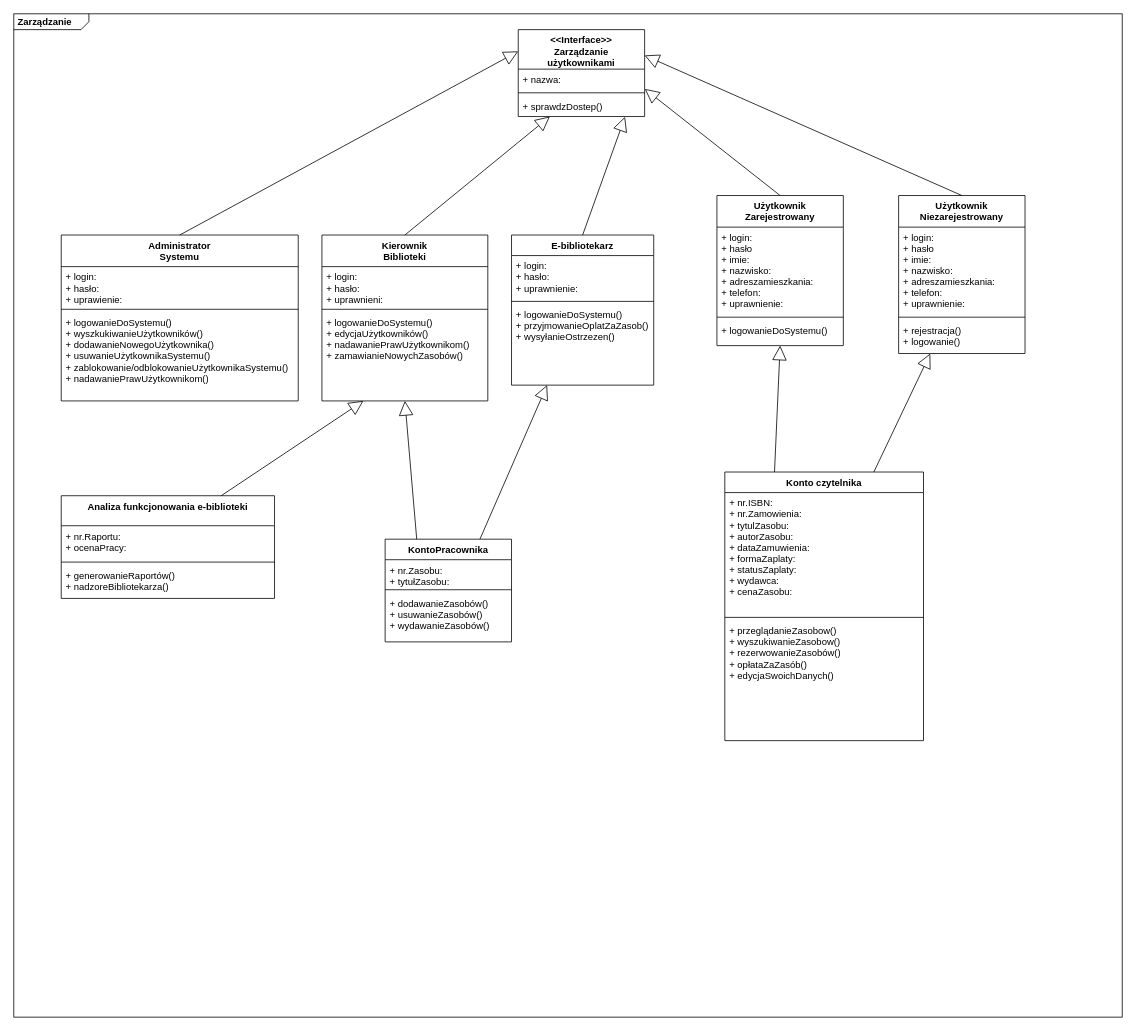
This is Untitled Diagram.drawio from deerkoo/folder, a draw.io file, before an edit. Source tidied: cells renumbered, new cells numbered last; positions are measured from the earlier drawing's top-left corner, leaving out a move shared by most shapes. Both pictures are drawn from the tidied source at 79%, with x=0, y=0 at pixel (13, 13).
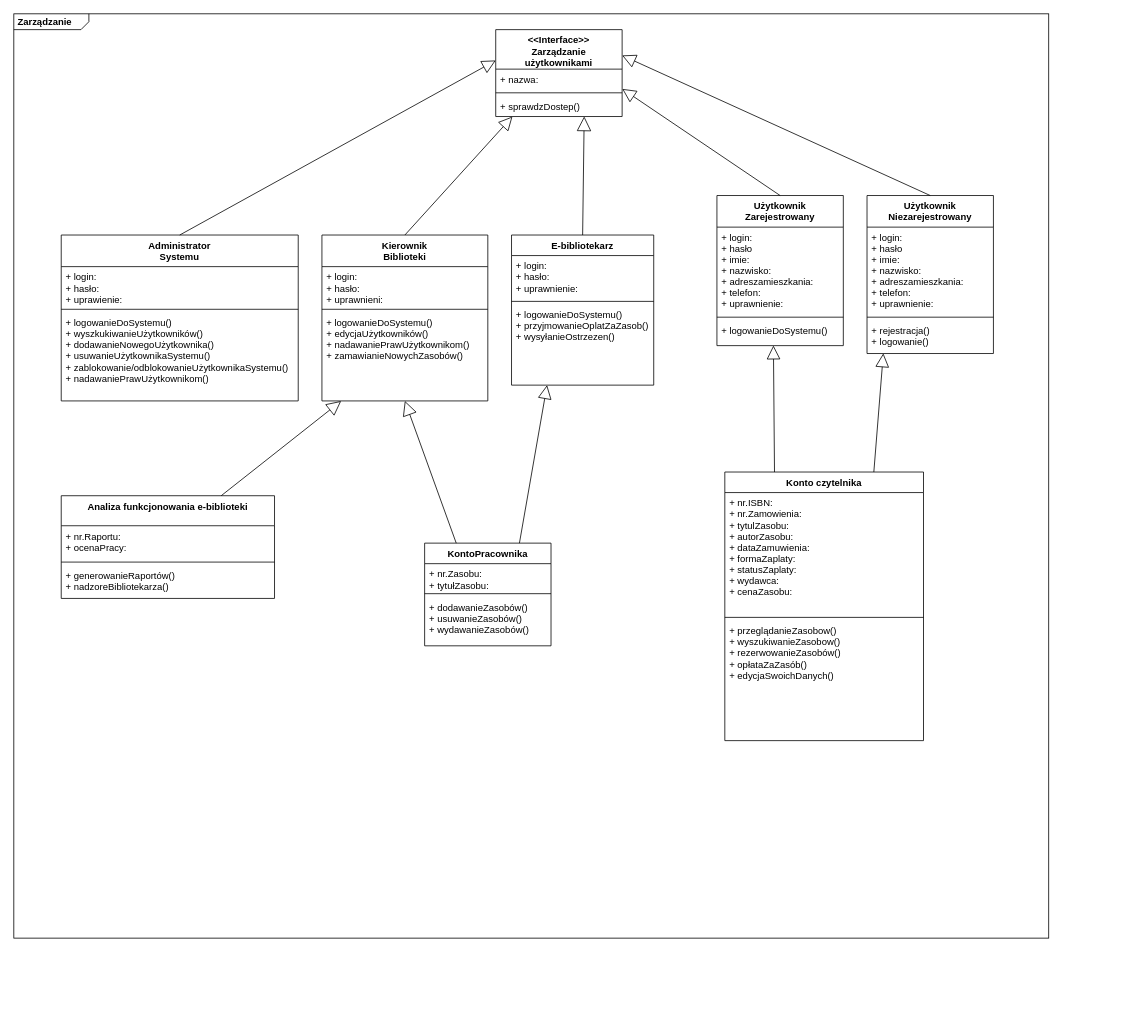
After the change.

Unchanged cells that the change refers to:
```xml
<mxCell id="4" value="+ nazwa:" style="text;strokeColor=none;fillColor=none;align=left;verticalAlign=top;spacingLeft=4;spacingRight=4;overflow=hidden;points=[[0,0.5],[1,0.5]];portConstraint=eastwest;" parent="3" vertex="1">
  <mxGeometry y="50" width="160" height="26" as="geometry" />
</mxCell>
<mxCell id="6" value="+ sprawdzDostep()" style="text;strokeColor=none;fillColor=none;align=left;verticalAlign=top;spacingLeft=4;spacingRight=4;overflow=hidden;points=[[0,0.5],[1,0.5]];portConstraint=eastwest;" parent="3" vertex="1">
  <mxGeometry y="84" width="160" height="26" as="geometry" />
</mxCell>
<mxCell id="7" value="Administrator&#10;Systemu" style="swimlane;fontStyle=1;align=center;verticalAlign=top;horizontal=1;startSize=40;" parent="1" vertex="1">
  <mxGeometry x="60" y="280" width="300" height="210" as="geometry" />
</mxCell>
<mxCell id="11" value="E-bibliotekarz" style="swimlane;fontStyle=1;align=center;verticalAlign=top;horizontal=1;startSize=26;" parent="1" vertex="1">
  <mxGeometry x="630" y="280" width="180" height="190" as="geometry" />
</mxCell>
<mxCell id="15" value="Użytkownik&#10;Zarejestrowany" style="swimlane;fontStyle=1;align=center;verticalAlign=top;horizontal=1;startSize=40;" parent="1" vertex="1">
  <mxGeometry x="890" y="230" width="160" height="190" as="geometry" />
</mxCell>
<mxCell id="18" value="+ logowanieDoSystemu()" style="text;strokeColor=none;fillColor=none;align=left;verticalAlign=top;spacingLeft=4;spacingRight=4;overflow=hidden;points=[[0,0.5],[1,0.5]];portConstraint=eastwest;" parent="15" vertex="1">
  <mxGeometry y="158" width="160" height="32" as="geometry" />
</mxCell>
<mxCell id="22" value="+ rejestracja()&#10;+ logowanie()" style="text;strokeColor=none;fillColor=none;align=left;verticalAlign=top;spacingLeft=4;spacingRight=4;overflow=hidden;points=[[0,0.5],[1,0.5]];portConstraint=eastwest;" parent="19" vertex="1">
  <mxGeometry y="158" width="160" height="42" as="geometry" />
</mxCell>
<mxCell id="23" value="Kierownik&#10;Biblioteki" style="swimlane;fontStyle=1;align=center;verticalAlign=top;horizontal=1;startSize=40;" parent="1" vertex="1">
  <mxGeometry x="390" y="280" width="210" height="210" as="geometry" />
</mxCell>
<mxCell id="26" value="+ logowanieDoSystemu()&#10;+ edycjaUżytkowników()&#10;+ nadawaniePrawUżytkownikom()&#10;+ zamawianieNowychZasobów()&#10;" style="text;strokeColor=none;fillColor=none;align=left;verticalAlign=top;spacingLeft=4;spacingRight=4;overflow=hidden;points=[[0,0.5],[1,0.5]];portConstraint=eastwest;" parent="23" vertex="1">
  <mxGeometry y="98" width="210" height="112" as="geometry" />
</mxCell>
<mxCell id="27" value="Analiza funkcjonowania e-biblioteki" style="swimlane;fontStyle=1;align=center;verticalAlign=top;horizontal=1;startSize=38;" parent="1" vertex="1">
  <mxGeometry x="60" y="610" width="270" height="130" as="geometry" />
</mxCell>
<mxCell id="35" value="Konto czytelnika" style="swimlane;fontStyle=1;align=center;verticalAlign=top;horizontal=1;startSize=26;" parent="1" vertex="1">
  <mxGeometry x="900" y="580" width="251.5" height="340" as="geometry" />
</mxCell>
```

Diff of the diagram source:
```diff
@@
     <mxCell id="2" value="&lt;p style=&quot;margin: 0px ; margin-top: 4px ; margin-left: 5px ; text-align: left&quot;&gt;&lt;b&gt;Zarządzanie&lt;/b&gt;&lt;/p&gt;" style="html=1;shape=mxgraph.sysml.package;overflow=fill;labelX=95;align=left;spacingLeft=5;verticalAlign=top;spacingTop=-3;" parent="1" vertex="1">
-      <mxGeometry width="1403" height="1270" as="geometry" />
+      <mxGeometry width="1310" height="1170" as="geometry" />
     </mxCell>
     <mxCell id="3" value="&lt;&lt;Interface&gt;&gt;&#10;Zarządzanie&#10;użytkownikami" style="swimlane;fontStyle=1;align=center;verticalAlign=top;horizontal=1;startSize=50;" parent="1" vertex="1">
-      <mxGeometry x="638.5" y="20" width="160" height="110" as="geometry" />
+      <mxGeometry x="610" y="20" width="160" height="110" as="geometry" />
     </mxCell>
@@
     <mxCell id="19" value="Użytkownik&#10;Niezarejestrowany" style="swimlane;fontStyle=1;align=center;verticalAlign=top;horizontal=1;startSize=40;" parent="1" vertex="1">
-      <mxGeometry x="1120" y="230" width="160" height="200" as="geometry" />
+      <mxGeometry x="1080" y="230" width="160" height="200" as="geometry" />
     </mxCell>
@@
     <mxCell id="31" value="KontoPracownika" style="swimlane;fontStyle=1;align=center;verticalAlign=top;horizontal=1;startSize=26;" parent="1" vertex="1">
-      <mxGeometry x="470" y="665" width="160" height="130" as="geometry" />
+      <mxGeometry x="520" y="670" width="160" height="130" as="geometry" />
     </mxCell>
@@
-    <mxCell id="40" style="endArrow=block;endSize=16;endFill=0;html=1;exitX=0.75;exitY=0;exitDx=0;exitDy=0;entryX=0.25;entryY=1;entryDx=0;entryDy=0;" parent="1" edge="1" source="27" target="23">
+    <mxCell id="40" style="endArrow=block;endSize=16;endFill=0;html=1;exitX=0.75;exitY=0;exitDx=0;exitDy=0;entryX=0.116;entryY=1.001;entryDx=0;entryDy=0;entryPerimeter=0;" parent="1" edge="1" source="27" target="26">
       <mxGeometry relative="1" as="geometry" />
     </mxCell>
-    <mxCell id="41" style="endArrow=block;endSize=16;endFill=0;html=1;exitX=0.75;exitY=0;exitDx=0;exitDy=0;entryX=0.25;entryY=1;entryDx=0;entryDy=0;" parent="1" edge="1" source="31" target="11">
+    <mxCell id="41" style="endArrow=block;endSize=15;endFill=0;html=1;exitX=0.75;exitY=0;exitDx=0;exitDy=0;entryX=0.25;entryY=1;entryDx=0;entryDy=0;startSize=5;" parent="1" edge="1" source="31" target="11">
       <mxGeometry relative="1" as="geometry" />
     </mxCell>
-    <mxCell id="42" style="endArrow=block;endSize=16;endFill=0;html=1;entryX=0.5;entryY=1;entryDx=0;entryDy=0;exitX=0.25;exitY=0;exitDx=0;exitDy=0;" parent="1" edge="1" source="35" target="15">
+    <mxCell id="42" style="endArrow=block;endSize=15;endFill=0;html=1;entryX=0.447;entryY=0.994;entryDx=0;entryDy=0;exitX=0.25;exitY=0;exitDx=0;exitDy=0;entryPerimeter=0;startSize=5;" parent="1" edge="1" source="35" target="18">
       <mxGeometry relative="1" as="geometry" />
     </mxCell>
-    <mxCell id="43" style="endArrow=block;endSize=16;endFill=0;html=1;entryX=0.25;entryY=1;entryDx=0;entryDy=0;exitX=0.75;exitY=0;exitDx=0;exitDy=0;" parent="1" edge="1" source="35" target="19">
+    <mxCell id="43" style="endArrow=block;endSize=15;endFill=0;html=1;entryX=0.129;entryY=0.995;entryDx=0;entryDy=0;exitX=0.75;exitY=0;exitDx=0;exitDy=0;entryPerimeter=0;startSize=5;" parent="1" edge="1" source="35" target="22">
       <mxGeometry relative="1" as="geometry" />
     </mxCell>
-    <mxCell id="44" style="endArrow=block;endSize=16;endFill=0;html=1;entryX=0;entryY=0.25;entryDx=0;entryDy=0;exitX=0.5;exitY=0;exitDx=0;exitDy=0;" parent="1" edge="1" source="7" target="3">
+    <mxCell id="44" style="endArrow=block;endSize=15;endFill=0;html=1;entryX=0;entryY=0.355;entryDx=0;entryDy=0;exitX=0.5;exitY=0;exitDx=0;exitDy=0;entryPerimeter=0;startSize=5;" parent="1" edge="1" source="7" target="3">
       <mxGeometry relative="1" as="geometry" />
     </mxCell>
-    <mxCell id="45" style="endArrow=block;endSize=16;endFill=0;html=1;exitX=0.5;exitY=0;exitDx=0;exitDy=0;entryX=0.25;entryY=1;entryDx=0;entryDy=0;" parent="1" edge="1" source="23" target="3">
+    <mxCell id="45" style="endArrow=block;endSize=15;endFill=0;html=1;exitX=0.5;exitY=0;exitDx=0;exitDy=0;entryX=0.132;entryY=1.002;entryDx=0;entryDy=0;entryPerimeter=0;startSize=5;" parent="1" edge="1" source="23" target="6">
       <mxGeometry relative="1" as="geometry" />
     </mxCell>
-    <mxCell id="46" style="endArrow=block;endSize=16;endFill=0;html=1;exitX=0.5;exitY=0;exitDx=0;exitDy=0;entryX=0.845;entryY=1.014;entryDx=0;entryDy=0;entryPerimeter=0;" parent="1" edge="1" source="11" target="6">
+    <mxCell id="46" style="endArrow=block;endSize=16;endFill=0;html=1;exitX=0.5;exitY=0;exitDx=0;exitDy=0;entryX=0.7;entryY=0.996;entryDx=0;entryDy=0;entryPerimeter=0;" parent="1" edge="1" source="11" target="6">
       <mxGeometry relative="1" as="geometry" />
     </mxCell>
-    <mxCell id="47" style="endArrow=block;endSize=16;endFill=0;html=1;exitX=0.5;exitY=0;exitDx=0;exitDy=0;entryX=1;entryY=0.297;entryDx=0;entryDy=0;entryPerimeter=0;" parent="1" edge="1" source="19" target="3">
+    <mxCell id="47" style="endArrow=block;endSize=15;endFill=0;html=1;exitX=0.5;exitY=0;exitDx=0;exitDy=0;entryX=1;entryY=0.297;entryDx=0;entryDy=0;entryPerimeter=0;startSize=5;" parent="1" edge="1" source="19" target="3">
       <mxGeometry relative="1" as="geometry" />
     </mxCell>
-    <mxCell id="48" style="endArrow=block;endSize=16;endFill=0;html=1;exitX=0.5;exitY=0;exitDx=0;exitDy=0;entryX=1.001;entryY=0.964;entryDx=0;entryDy=0;entryPerimeter=0;" parent="1" edge="1" source="15" target="4">
+    <mxCell id="48" style="endArrow=block;endSize=15;endFill=0;html=1;exitX=0.5;exitY=0;exitDx=0;exitDy=0;entryX=1.001;entryY=0.964;entryDx=0;entryDy=0;entryPerimeter=0;startSize=5;" parent="1" edge="1" source="15" target="4">
       <mxGeometry relative="1" as="geometry" />
     </mxCell>
```
